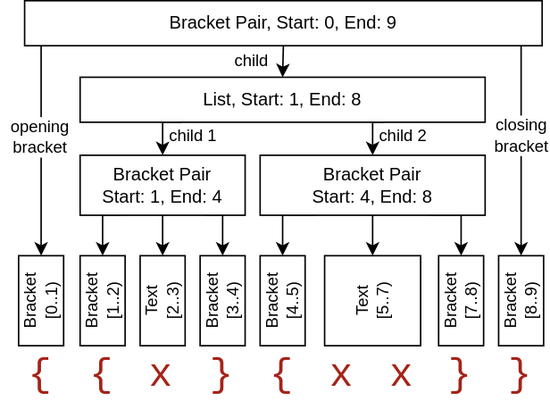
This is blogs/2021/09/06/ast2.dio.svg from microsoft/vscode-docs, a draw.io export, as it was before one commit. Source tidied: cells renumbered, new cells last; positions are measured from the earlier drawing's top-left corner, leaving out a move shared by most shapes. The source it was exported from:
```xml
<mxGraphModel>
  <root>
    <mxCell id="0" />
    <mxCell id="1" parent="0" />
    <mxCell id="2" value="{" style="text;html=1;align=center;verticalAlign=middle;strokeColor=none;fontSize=26;fontFamily=Courier New;fontStyle=0;fontColor=#A52318;" parent="1" vertex="1">
      <mxGeometry x="55" y="230" width="30" height="40" as="geometry" />
    </mxCell>
    <mxCell id="3" value="}" style="text;html=1;align=center;verticalAlign=middle;strokeColor=none;fontSize=26;fontFamily=Courier New;fontStyle=0;fontColor=#A52318;" parent="1" vertex="1">
      <mxGeometry x="135" y="230" width="30" height="40" as="geometry" />
    </mxCell>
    <mxCell id="4" value="x" style="text;strokeColor=none;fillColor=none;align=center;verticalAlign=middle;whiteSpace=wrap;rounded=0;fontSize=26;fontFamily=Courier New;fontStyle=0;fontColor=#A52318;" parent="1" vertex="1">
      <mxGeometry x="90" y="240" width="40" height="20" as="geometry" />
    </mxCell>
    <mxCell id="5" value="{" style="text;html=1;align=center;verticalAlign=middle;strokeColor=none;fontSize=26;fontFamily=Courier New;fontStyle=0;fontColor=#A52318;" parent="1" vertex="1">
      <mxGeometry x="175" y="230" width="30" height="40" as="geometry" />
    </mxCell>
    <mxCell id="6" value="}" style="text;html=1;align=center;verticalAlign=middle;strokeColor=none;fontSize=26;fontFamily=Courier New;fontStyle=0;fontColor=#A52318;" parent="1" vertex="1">
      <mxGeometry x="294" y="230" width="30" height="40" as="geometry" />
    </mxCell>
    <mxCell id="7" value="x" style="text;html=1;align=center;verticalAlign=middle;strokeColor=none;fontSize=26;fontFamily=Courier New;fontStyle=0;fontColor=#A52318;" parent="1" vertex="1">
      <mxGeometry x="215" y="230" width="30" height="40" as="geometry" />
    </mxCell>
    <mxCell id="8" value="x" style="text;html=1;align=center;verticalAlign=middle;strokeColor=none;fontSize=26;fontFamily=Courier New;fontStyle=0;fontColor=#A52318;" parent="1" vertex="1">
      <mxGeometry x="255" y="230" width="30" height="40" as="geometry" />
    </mxCell>
    <mxCell id="9" value="Bracket&lt;br style=&quot;font-size: 11px&quot;&gt;[3..4)" style="rounded=0;whiteSpace=wrap;html=1;rotation=-90;fontSize=11;direction=east;" parent="1" vertex="1">
      <mxGeometry x="121" y="185" width="60" height="30" as="geometry" />
    </mxCell>
    <mxCell id="10" value="Text&lt;br style=&quot;font-size: 11px&quot;&gt;[2..3)" style="rounded=0;whiteSpace=wrap;html=1;rotation=-90;fontSize=11;direction=east;" parent="1" vertex="1">
      <mxGeometry x="81" y="185" width="60" height="30" as="geometry" />
    </mxCell>
    <mxCell id="11" value="Bracket&lt;br style=&quot;font-size: 11px&quot;&gt;[1..2)" style="rounded=0;whiteSpace=wrap;html=1;rotation=-90;fontSize=11;direction=east;" parent="1" vertex="1">
      <mxGeometry x="41" y="185" width="60" height="30" as="geometry" />
    </mxCell>
    <mxCell id="12" value="{" style="text;html=1;align=center;verticalAlign=middle;strokeColor=none;fontSize=26;fontFamily=Courier New;fontStyle=0;fontColor=#A52318;" parent="1" vertex="1">
      <mxGeometry x="14" y="230" width="30" height="40" as="geometry" />
    </mxCell>
    <mxCell id="13" value="}" style="text;html=1;align=center;verticalAlign=middle;strokeColor=none;fontSize=26;fontFamily=Courier New;fontStyle=0;fontColor=#A52318;" parent="1" vertex="1">
      <mxGeometry x="334" y="230" width="30" height="40" as="geometry" />
    </mxCell>
    <mxCell id="14" value="Bracket&lt;br style=&quot;font-size: 11px&quot;&gt;[0..1)" style="rounded=0;whiteSpace=wrap;html=1;rotation=-90;fontSize=11;direction=east;" parent="1" vertex="1">
      <mxGeometry y="185" width="60" height="30" as="geometry" />
    </mxCell>
    <mxCell id="15" value="Bracket&lt;br style=&quot;font-size: 11px&quot;&gt;[4..5)" style="rounded=0;whiteSpace=wrap;html=1;rotation=-90;fontSize=11;direction=east;" parent="1" vertex="1">
      <mxGeometry x="161" y="185" width="60" height="30" as="geometry" />
    </mxCell>
    <mxCell id="16" value="Bracket&lt;br style=&quot;font-size: 11px&quot;&gt;[7..8)" style="rounded=0;whiteSpace=wrap;html=1;rotation=-90;fontSize=11;direction=east;" parent="1" vertex="1">
      <mxGeometry x="280" y="185" width="60" height="30" as="geometry" />
    </mxCell>
    <mxCell id="17" value="Bracket&lt;br style=&quot;font-size: 11px&quot;&gt;[8..9)" style="rounded=0;whiteSpace=wrap;html=1;rotation=-90;fontSize=11;direction=east;" parent="1" vertex="1">
      <mxGeometry x="320" y="185" width="60" height="30" as="geometry" />
    </mxCell>
    <mxCell id="18" value="Text&lt;br style=&quot;font-size: 11px&quot;&gt;[5..7)" style="rounded=0;whiteSpace=wrap;html=1;rotation=-90;fontSize=11;direction=east;" parent="1" vertex="1">
      <mxGeometry x="221" y="168" width="60" height="64" as="geometry" />
    </mxCell>
    <mxCell id="19" style="edgeStyle=orthogonalEdgeStyle;rounded=0;jettySize=auto;html=1;exitX=0.25;exitY=1;exitDx=0;exitDy=0;entryX=1;entryY=0.5;entryDx=0;entryDy=0;fontSize=11;" parent="1" edge="1" source="22" target="11">
      <mxGeometry relative="1" as="geometry" />
    </mxCell>
    <mxCell id="20" style="edgeStyle=orthogonalEdgeStyle;rounded=0;jettySize=auto;html=1;exitX=0.5;exitY=1;exitDx=0;exitDy=0;fontSize=11;" parent="1" edge="1" source="22" target="10">
      <mxGeometry relative="1" as="geometry" />
    </mxCell>
    <mxCell id="21" style="edgeStyle=orthogonalEdgeStyle;rounded=0;jettySize=auto;html=1;exitX=0.75;exitY=1;exitDx=0;exitDy=0;entryX=1;entryY=0.5;entryDx=0;entryDy=0;fontSize=11;" parent="1" edge="1" source="22" target="9">
      <mxGeometry relative="1" as="geometry" />
    </mxCell>
    <mxCell id="22" value="Bracket Pair&lt;br&gt;Start: 1, End: 4" style="rounded=0;whiteSpace=wrap;html=1;" parent="1" vertex="1">
      <mxGeometry x="56" y="103" width="110" height="40" as="geometry" />
    </mxCell>
    <mxCell id="23" style="edgeStyle=orthogonalEdgeStyle;rounded=0;jettySize=auto;html=1;exitX=0.25;exitY=1;exitDx=0;exitDy=0;entryX=1;entryY=0.5;entryDx=0;entryDy=0;fontSize=11;" parent="1" edge="1" source="26" target="15">
      <mxGeometry relative="1" as="geometry" />
    </mxCell>
    <mxCell id="24" style="edgeStyle=orthogonalEdgeStyle;rounded=0;jettySize=auto;html=1;exitX=0.5;exitY=1;exitDx=0;exitDy=0;fontSize=11;" parent="1" edge="1" source="26" target="18">
      <mxGeometry relative="1" as="geometry" />
    </mxCell>
    <mxCell id="25" style="edgeStyle=orthogonalEdgeStyle;rounded=0;jettySize=auto;html=1;exitX=0.75;exitY=1;exitDx=0;exitDy=0;entryX=1;entryY=0.5;entryDx=0;entryDy=0;fontSize=11;" parent="1" edge="1" source="26" target="16">
      <mxGeometry relative="1" as="geometry" />
    </mxCell>
    <mxCell id="26" value="Bracket Pair&lt;br&gt;Start: 4, End: 8" style="rounded=0;whiteSpace=wrap;html=1;" parent="1" vertex="1">
      <mxGeometry x="176" y="103" width="150" height="40" as="geometry" />
    </mxCell>
    <mxCell id="27" value="child 1" style="edgeStyle=orthogonalEdgeStyle;rounded=0;jettySize=auto;html=1;exitX=0.25;exitY=1;exitDx=0;exitDy=0;entryX=0.5;entryY=0;entryDx=0;entryDy=0;fontSize=11;" parent="1" edge="1" source="29" target="22">
      <mxGeometry x="-1" y="11" relative="1" as="geometry">
        <mxPoint x="7" y="-2" as="offset" />
      </mxGeometry>
    </mxCell>
    <mxCell id="28" value="child 2" style="edgeStyle=orthogonalEdgeStyle;rounded=0;jettySize=auto;html=1;exitX=0.75;exitY=1;exitDx=0;exitDy=0;entryX=0.5;entryY=0;entryDx=0;entryDy=0;fontSize=11;" parent="1" edge="1" source="29" target="26">
      <mxGeometry x="-1" y="15" relative="1" as="geometry">
        <mxPoint x="12" y="-6" as="offset" />
      </mxGeometry>
    </mxCell>
    <mxCell id="29" value="List, Start: 1, End: 8" style="rounded=0;whiteSpace=wrap;html=1;" parent="1" vertex="1">
      <mxGeometry x="56" y="51" width="270" height="30" as="geometry" />
    </mxCell>
    <mxCell id="30" value="child" style="edgeStyle=orthogonalEdgeStyle;rounded=0;jettySize=auto;html=1;exitX=0.5;exitY=1;exitDx=0;exitDy=0;entryX=0.5;entryY=0;entryDx=0;entryDy=0;fontSize=11;" parent="1" edge="1" source="35" target="29">
      <mxGeometry y="-21" relative="1" as="geometry" />
    </mxCell>
    <mxCell id="31" style="edgeStyle=orthogonalEdgeStyle;rounded=0;jettySize=auto;html=1;exitX=0.25;exitY=1;exitDx=0;exitDy=0;fontSize=11;" parent="1" edge="1" source="35" target="14">
      <mxGeometry relative="1" as="geometry">
        <Array as="points">
          <mxPoint x="30" y="30" />
        </Array>
      </mxGeometry>
    </mxCell>
    <mxCell id="32" value="opening&lt;br&gt;bracket" style="edgeLabel;html=1;align=center;verticalAlign=middle;fontSize=11;" parent="31" vertex="1">
      <mxGeometry x="0.22" y="-3" relative="1" as="geometry">
        <mxPoint x="2" y="4" as="offset" />
      </mxGeometry>
    </mxCell>
    <mxCell id="33" style="edgeStyle=orthogonalEdgeStyle;rounded=0;jettySize=auto;html=1;exitX=0.75;exitY=1;exitDx=0;exitDy=0;fontSize=11;" parent="1" edge="1" source="35" target="17">
      <mxGeometry relative="1" as="geometry">
        <Array as="points">
          <mxPoint x="350" y="30" />
        </Array>
      </mxGeometry>
    </mxCell>
    <mxCell id="34" value="closing&lt;br&gt;bracket" style="edgeLabel;html=1;align=center;verticalAlign=middle;fontSize=11;" parent="33" vertex="1">
      <mxGeometry x="0.24" y="2" relative="1" as="geometry">
        <mxPoint x="-2" y="1" as="offset" />
      </mxGeometry>
    </mxCell>
    <mxCell id="35" value="Bracket Pair, Start: 0, End: 9" style="rounded=0;whiteSpace=wrap;html=1;" parent="1" vertex="1">
      <mxGeometry x="19" width="345" height="30" as="geometry" />
    </mxCell>
    <mxCell id="36" style="endArrow=none;html=1;fontSize=11;noLabel=1;fontColor=none;labelBackgroundColor=none;strokeColor=none;" parent="1" edge="1">
      <mxGeometry relative="1" as="geometry">
        <mxPoint x="3" y="270" as="sourcePoint" />
        <mxPoint x="3" y="1" as="targetPoint" />
      </mxGeometry>
    </mxCell>
  </root>
</mxGraphModel>
```
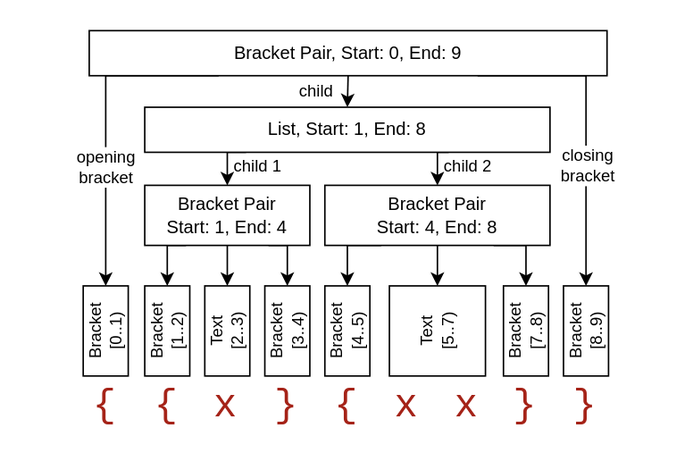
Above is the later version.

The edit, as a diff of the source:
```diff
@@ -2,6 +2,9 @@
   <root>
     <mxCell id="0" />
     <mxCell id="1" parent="0" />
+    <mxCell id="37" style="rounded=0;whiteSpace=wrap;html=1;strokeColor=none;" parent="1" vertex="1">
+      <mxGeometry x="-40" y="-20" width="460" height="300" as="geometry" />
+    </mxCell>
     <mxCell id="2" value="{" style="text;html=1;align=center;verticalAlign=middle;strokeColor=none;fontSize=26;fontFamily=Courier New;fontStyle=0;fontColor=#A52318;" parent="1" vertex="1">
       <mxGeometry x="55" y="230" width="30" height="40" as="geometry" />
     </mxCell>
```
